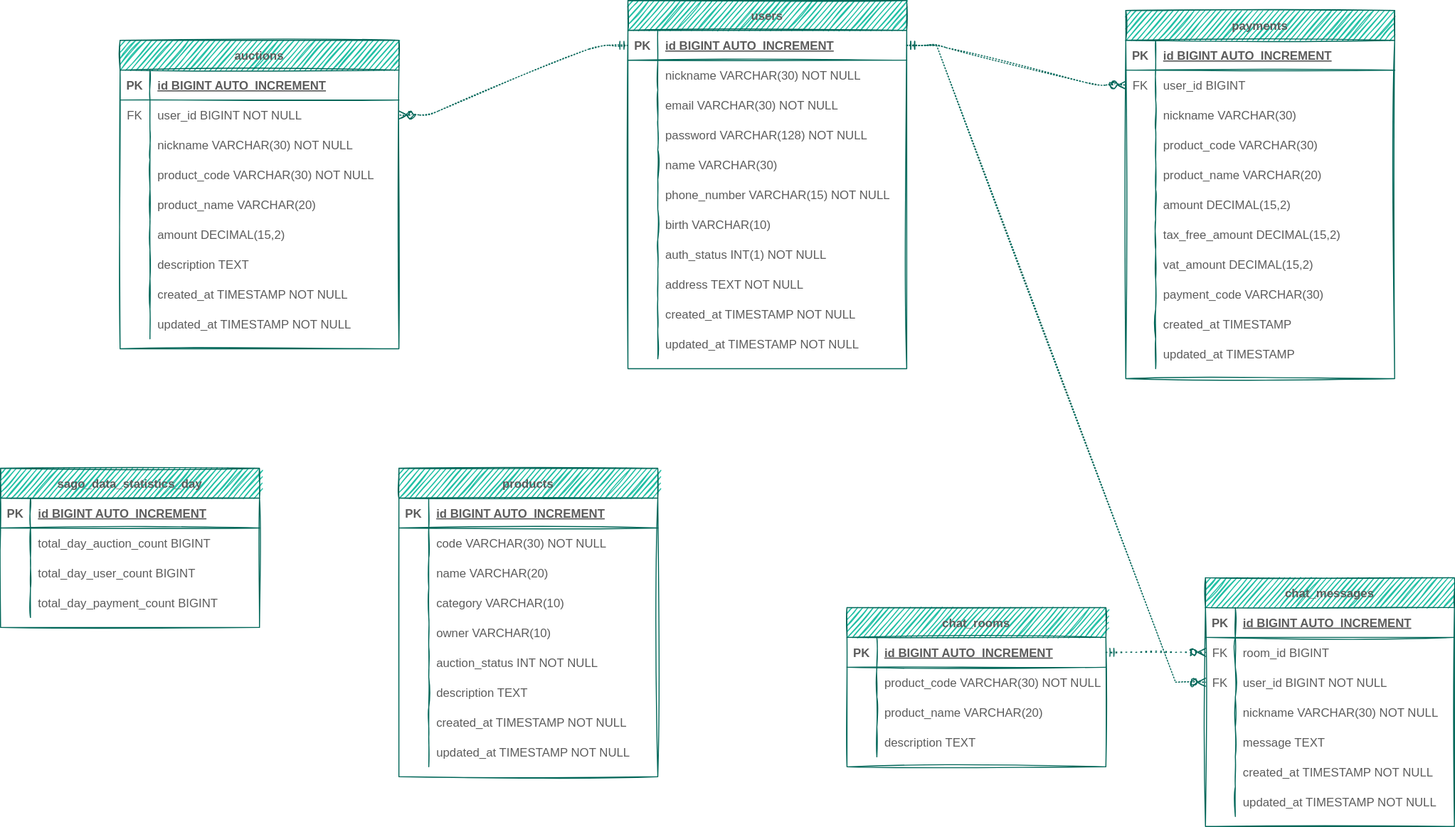
Before: sago_database_schema.drawio.svg, a diagram exported from draw.io (AnneMayor/TestRepository). Source tidied: cells renumbered, new cells last; positions are measured from the earlier drawing's top-left corner, leaving out a move shared by most shapes.
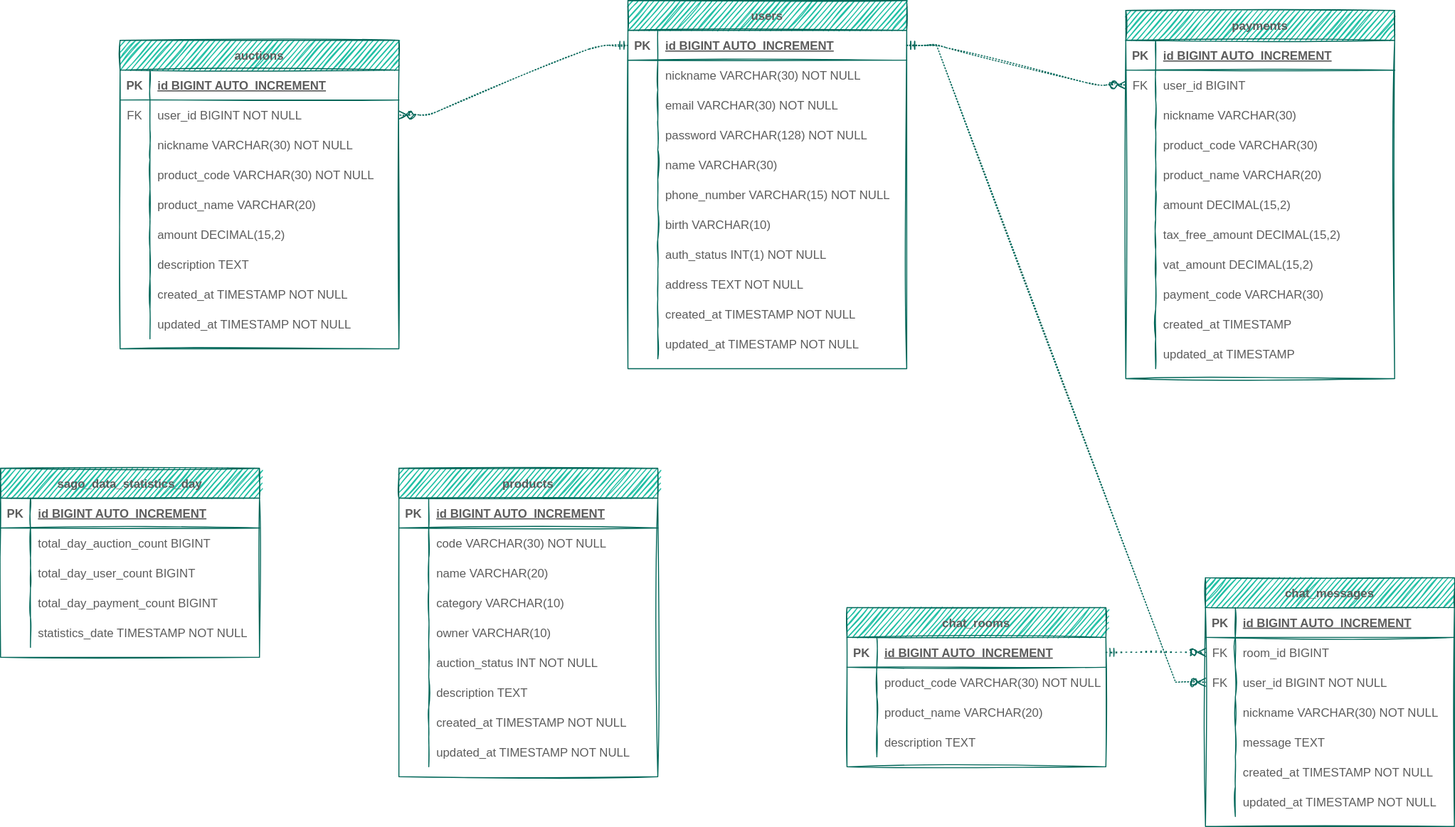
The same file after the commit.

Commit message:
sago_data_statistics_day 컬럼 추가

Change to the diagram source:
```diff
@@ -450,7 +450,7 @@
       <mxGeometry relative="1" as="geometry" />
     </mxCell>
     <mxCell id="151" value="sago_data_statistics_day" style="shape=table;startSize=30;rowLines=0;fontStyle=1;align=center;rounded=0;sketch=1;fontColor=#5C5C5C;strokeColor=#006658;fillColor=#21C0A5;" parent="1" vertex="1">
-      <mxGeometry y="470" width="260" height="160" as="geometry" />
+      <mxGeometry y="470" width="260" height="190" as="geometry" />
     </mxCell>
     <mxCell id="152" style="shape=partialRectangle;fillColor=none;top=0;left=0;bottom=1;right=0;rounded=0;sketch=1;fontColor=#5C5C5C;strokeColor=#006658;" parent="151" vertex="1">
       <mxGeometry y="30" width="260" height="30" as="geometry" />
@@ -488,6 +488,15 @@
     <mxCell id="163" value="total_day_payment_count BIGINT" style="shape=partialRectangle;fillColor=none;top=0;left=0;bottom=0;right=0;align=left;spacingLeft=6;overflow=hidden;rounded=0;sketch=1;fontColor=#5C5C5C;strokeColor=#006658;" parent="161" vertex="1">
       <mxGeometry x="30" width="230" height="30" as="geometry" />
     </mxCell>
+    <mxCell id="178" style="shape=partialRectangle;fillColor=none;top=0;left=0;bottom=0;right=0;rounded=0;sketch=1;fontColor=#5C5C5C;strokeColor=#006658;" parent="151" vertex="1">
+      <mxGeometry y="150" width="260" height="30" as="geometry" />
+    </mxCell>
+    <mxCell id="179" style="shape=partialRectangle;fillColor=none;top=0;left=0;bottom=0;right=0;overflow=hidden;rounded=0;sketch=1;fontColor=#5C5C5C;strokeColor=#006658;" parent="178" vertex="1">
+      <mxGeometry width="30" height="30" as="geometry" />
+    </mxCell>
+    <mxCell id="180" value="statistics_date TIMESTAMP NOT NULL" style="shape=partialRectangle;fillColor=none;top=0;left=0;bottom=0;right=0;align=left;spacingLeft=6;overflow=hidden;rounded=0;sketch=1;fontColor=#5C5C5C;strokeColor=#006658;" parent="178" vertex="1">
+      <mxGeometry x="30" width="230" height="30" as="geometry" />
+    </mxCell>
     <mxCell id="164" style="edgeStyle=entityRelationEdgeStyle;fontSize=12;html=1;endArrow=ERzeroToMany;startArrow=ERmandOne;rounded=0;entryX=0;entryY=0.5;entryDx=0;entryDy=0;exitX=1;exitY=0.5;exitDx=0;exitDy=0;dashed=1;dashPattern=1 2;sketch=1;strokeColor=#006658;fontColor=#5C5C5C;" parent="1" edge="1" source="65" target="133">
       <mxGeometry relative="1" as="geometry" />
     </mxCell>
```
